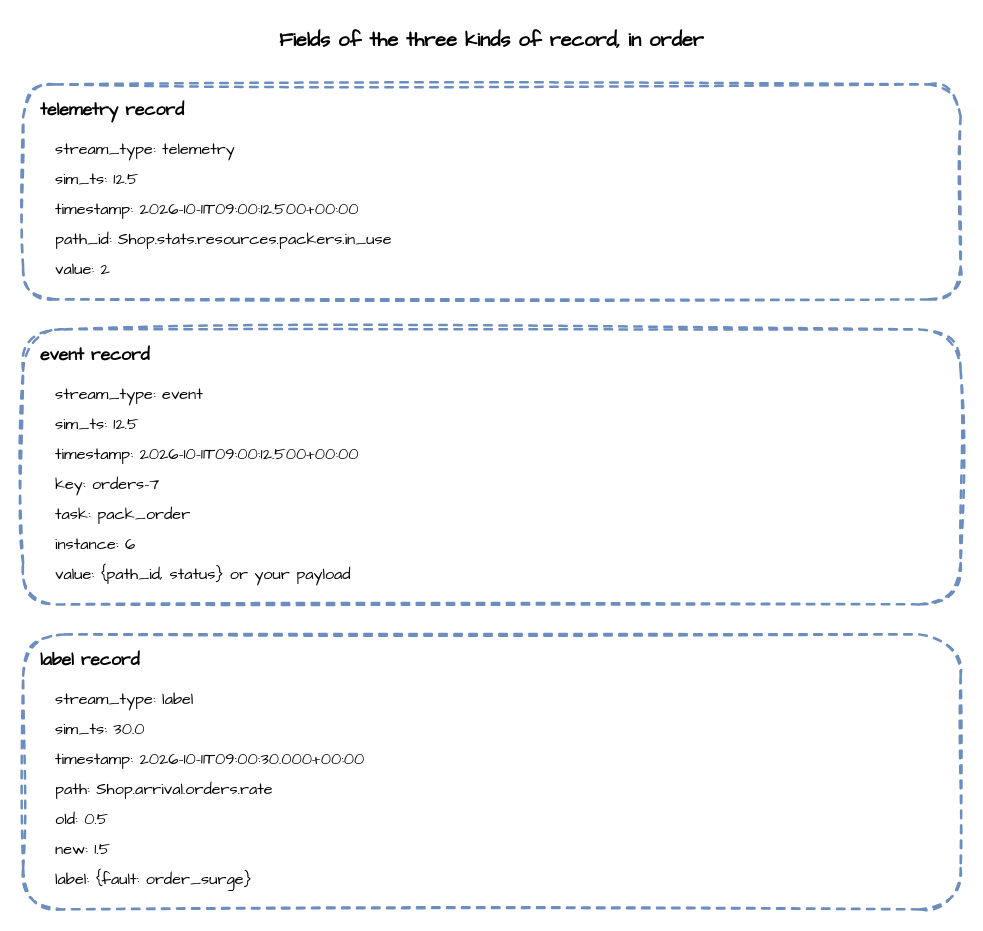
The draw.io diagram docs/assets/diagrams/record-shapes.drawio in jaehyeon-kim/desflow, before the edit. Source tidied: cells renumbered, new cells numbered last; positions are measured from the earlier drawing's top-left corner, leaving out a move shared by most shapes. Both pictures are drawn from the tidied source at 125%, with x=0, y=0 at pixel (22, 21).
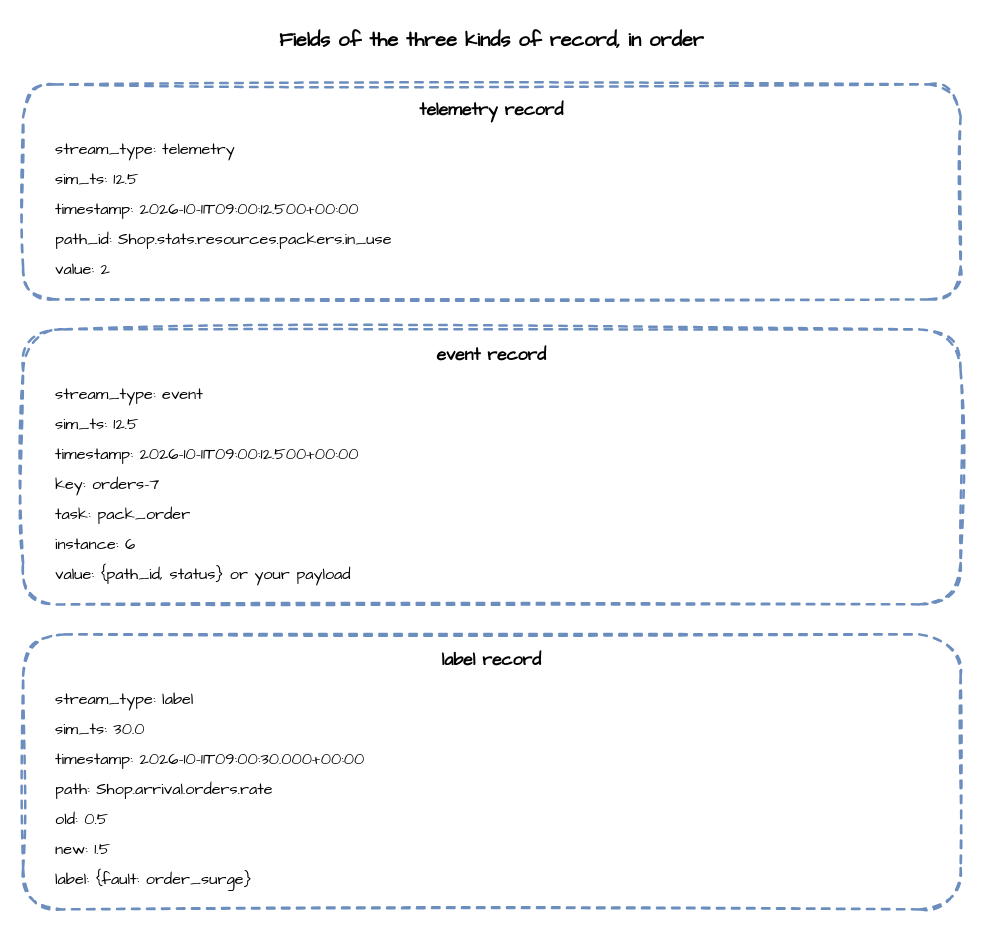
Above is the later version.

What changed in the source:
```diff
@@
-    <mxCell id="3" value="telemetry record" style="rounded=1;whiteSpace=wrap;html=1;sketch=1;curveFitting=1;jiggle=2;fontFamily=Comic Sans MS;fontSize=14;fillColor=none;strokeColor=#6c8ebf;strokeWidth=2;dashed=1;verticalAlign=top;align=left;spacingLeft=12;spacingTop=6;fontStyle=1;" parent="1" vertex="1">
+    <mxCell id="3" value="telemetry record" style="rounded=1;whiteSpace=wrap;html=1;sketch=1;curveFitting=1;jiggle=2;fontFamily=Comic Sans MS;fontSize=14;fillColor=none;strokeColor=#6c8ebf;strokeWidth=2;dashed=1;verticalAlign=top;align=center;spacingTop=6;fontStyle=1;" parent="1" vertex="1">
       <mxGeometry y="50" width="750" height="172" as="geometry" />
     </mxCell>
@@
-    <mxCell id="9" value="event record" style="rounded=1;whiteSpace=wrap;html=1;sketch=1;curveFitting=1;jiggle=2;fontFamily=Comic Sans MS;fontSize=14;fillColor=none;strokeColor=#6c8ebf;strokeWidth=2;dashed=1;verticalAlign=top;align=left;spacingLeft=12;spacingTop=6;fontStyle=1;" parent="1" vertex="1">
+    <mxCell id="9" value="event record" style="rounded=1;whiteSpace=wrap;html=1;sketch=1;curveFitting=1;jiggle=2;fontFamily=Comic Sans MS;fontSize=14;fillColor=none;strokeColor=#6c8ebf;strokeWidth=2;dashed=1;verticalAlign=top;align=center;spacingTop=6;fontStyle=1;" parent="1" vertex="1">
       <mxGeometry y="246" width="750" height="220" as="geometry" />
     </mxCell>
@@
-    <mxCell id="17" value="label record" style="rounded=1;whiteSpace=wrap;html=1;sketch=1;curveFitting=1;jiggle=2;fontFamily=Comic Sans MS;fontSize=14;fillColor=none;strokeColor=#6c8ebf;strokeWidth=2;dashed=1;verticalAlign=top;align=left;spacingLeft=12;spacingTop=6;fontStyle=1;" parent="1" vertex="1">
+    <mxCell id="17" value="label record" style="rounded=1;whiteSpace=wrap;html=1;sketch=1;curveFitting=1;jiggle=2;fontFamily=Comic Sans MS;fontSize=14;fillColor=none;strokeColor=#6c8ebf;strokeWidth=2;dashed=1;verticalAlign=top;align=center;spacingTop=6;fontStyle=1;" parent="1" vertex="1">
       <mxGeometry y="490" width="750" height="220" as="geometry" />
     </mxCell>
```
